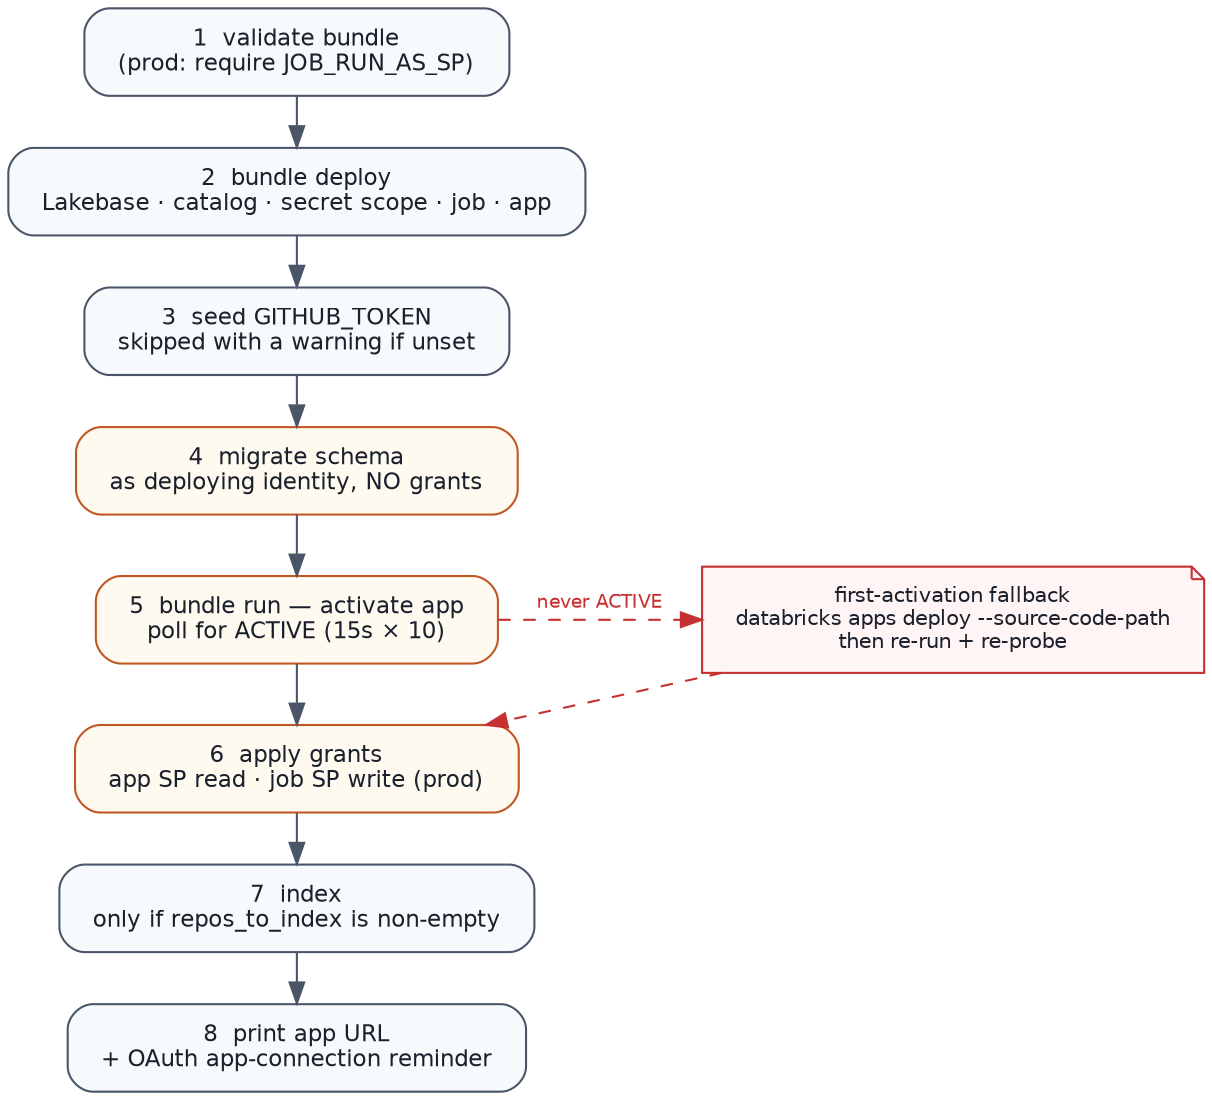
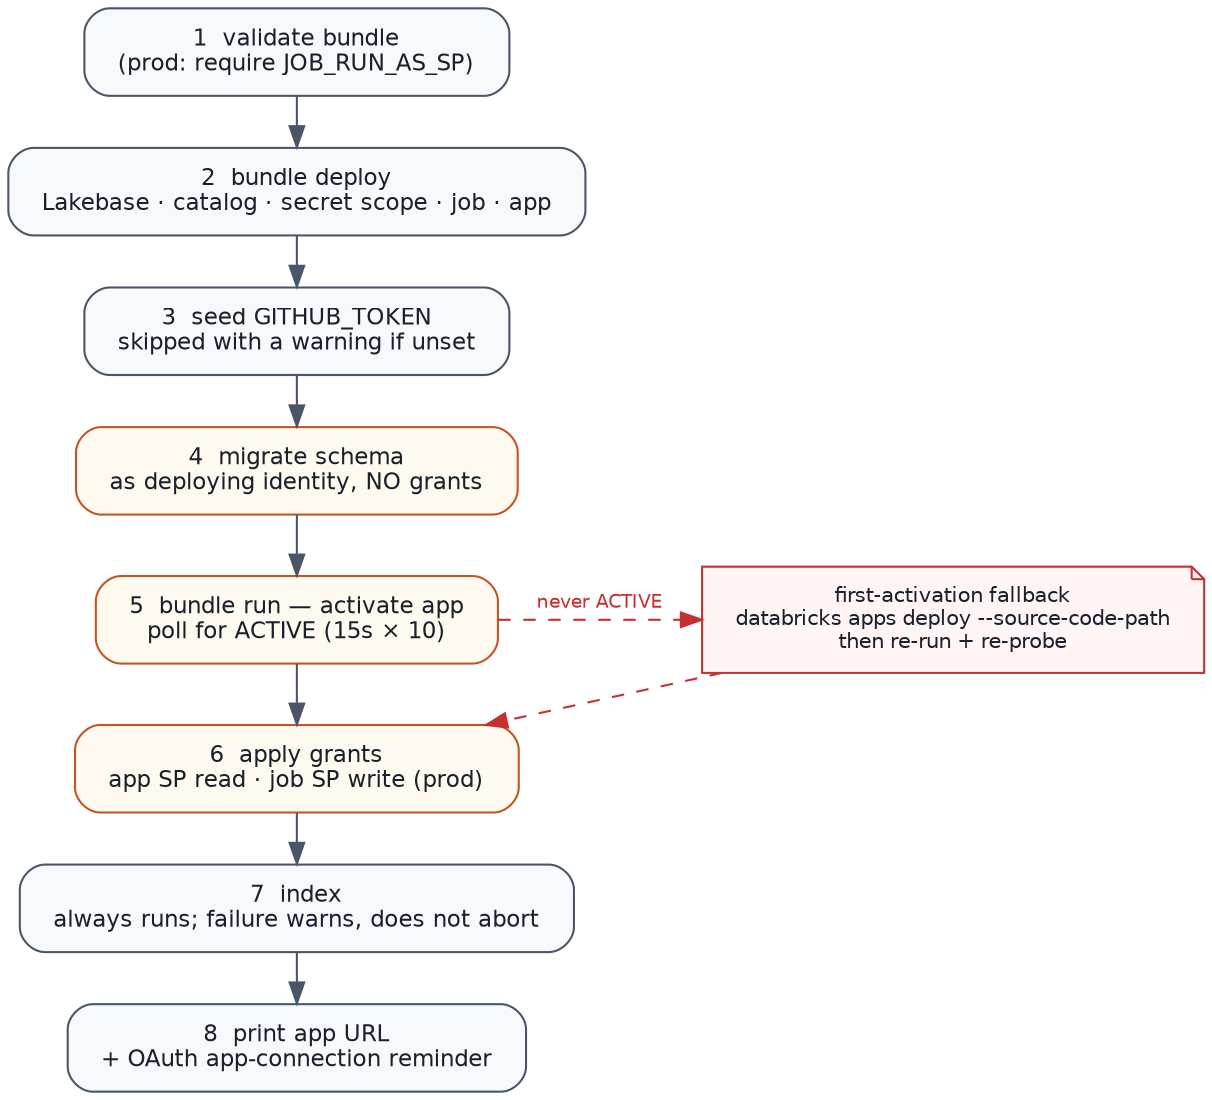
// The 8 steps of `scripts/deploy.sh full`, and why 4 and 6 are split.
// Regenerate with `make diagrams` (do not hand-edit the PNG).
digraph deploy {
  rankdir=TB;
  bgcolor="white";
  nodesep=0.35;
  ranksep=0.32;

  node [shape=box, style="rounded,filled", fontname="Helvetica", fontsize=11,
        color="#4a5568", fillcolor="#f7fafc", fontcolor="#1a202c", margin="0.22,0.12"];
  edge [fontname="Helvetica", fontsize=9, color="#4a5568", fontcolor="#2d3748"];

  s1 [label="1  validate bundle\n(prod: require JOB_RUN_AS_SP)"];
  s2 [label="2  bundle deploy\nLakebase · catalog · secret scope · job · app"];
  s3 [label="3  seed GITHUB_TOKEN\nskipped with a warning if unset"];
  s4 [label="4  migrate schema\nas deploying identity, NO grants",
      fillcolor="#fffaf0", color="#c05621"];
  s5 [label="5  bundle run — activate app\npoll for ACTIVE (15s × 10)",
      fillcolor="#fffaf0", color="#c05621"];
  s6 [label="6  apply grants\napp SP read · job SP write (prod)",
      fillcolor="#fffaf0", color="#c05621"];
-   s7 [label="7  index\nonly if repos_to_index is non-empty"];
+   s7 [label="7  index\nalways runs; failure warns, does not abort"];
  s8 [label="8  print app URL\n+ OAuth app-connection reminder"];

  fallback [label="first-activation fallback\ndatabricks apps deploy --source-code-path\nthen re-run + re-probe",
            shape=note, fillcolor="#fff5f5", color="#c53030", fontsize=10];

  // weight pins steps 1-8 to a straight spine so the fallback branch pulls off to
  // the side instead of bending the main path.
  s1 -> s2 -> s3 -> s4 -> s5 -> s6 -> s7 -> s8 [weight=100];
  s5 -> fallback [label="  never ACTIVE  ", style=dashed, color="#c53030", fontcolor="#c53030"];
  fallback -> s6 [style=dashed, color="#c53030"];

  { rank=same; s5; fallback; }
}
